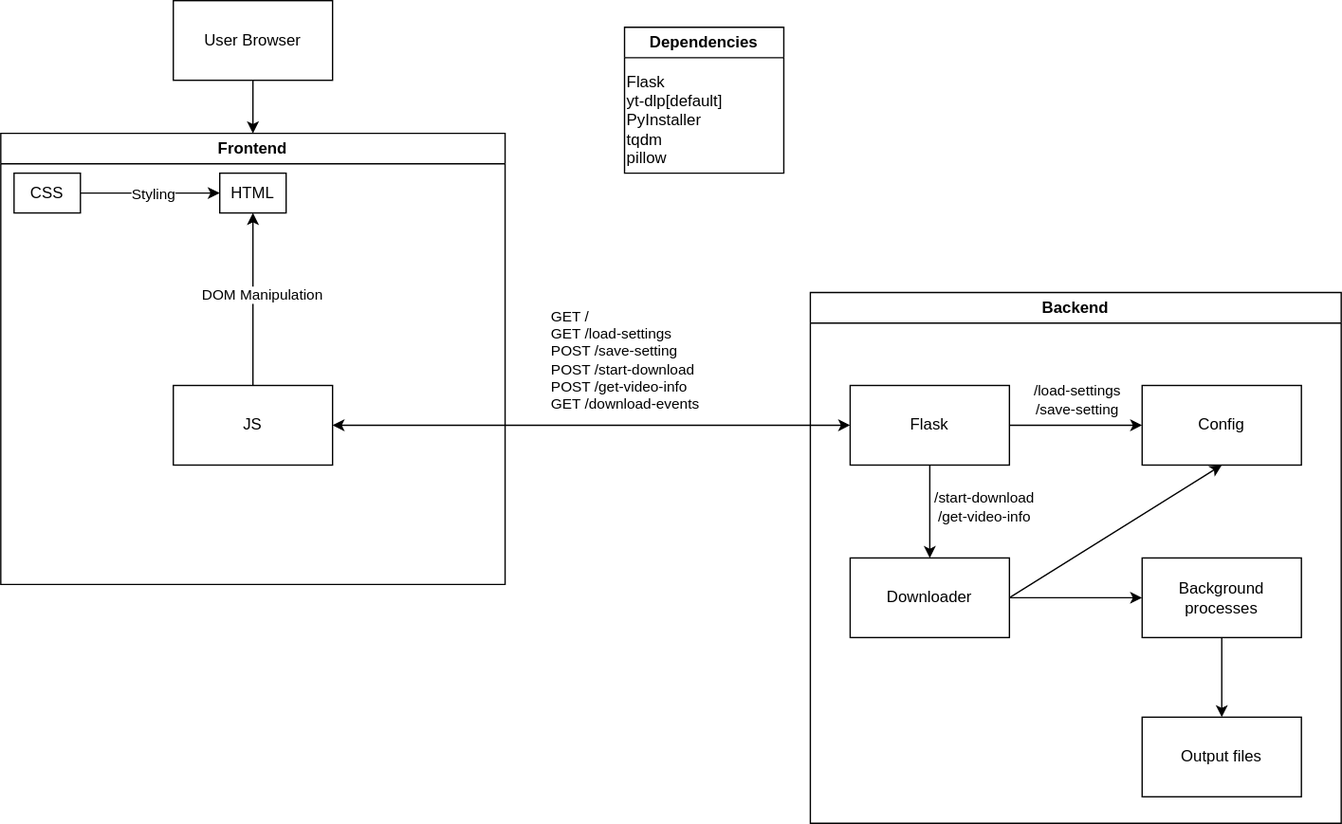
This is docs/images/c00ltubee.drawio.svg from islabre1426/c00ltubee, a draw.io export, as it was before one commit. Source tidied: cells renumbered, new cells last; positions are measured from the earlier drawing's top-left corner, leaving out a move shared by most shapes.
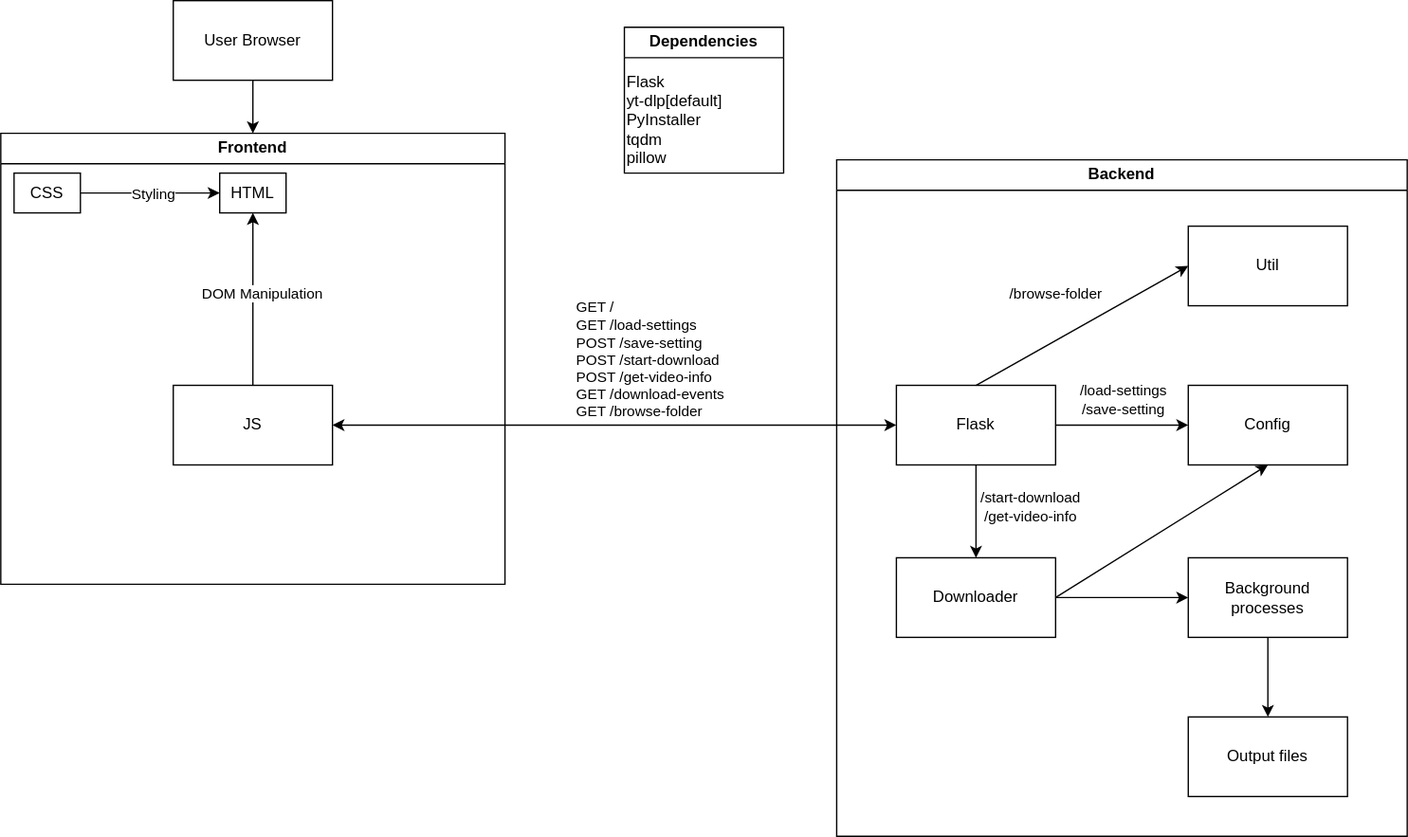
After the commit.

Commit message:
Updating architecture overview image

Diff of the diagram source:
```diff
@@ -34,7 +34,7 @@
     <mxCell id="11" style="endArrow=classic;startArrow=classic;html=1;rounded=0;exitX=1;exitY=0.5;exitDx=0;exitDy=0;entryX=0;entryY=0.5;entryDx=0;entryDy=0;" parent="1" edge="1" source="5" target="15">
       <mxGeometry relative="1" as="geometry" />
     </mxCell>
-    <mxCell id="12" value="GET /&lt;div&gt;GET /load-settings&lt;/div&gt;&lt;div&gt;POST /save-setting&lt;/div&gt;&lt;div&gt;POST /start-download&lt;/div&gt;&lt;div&gt;POST /get-video-info&lt;/div&gt;&lt;div&gt;GET /download-events&lt;/div&gt;" style="edgeLabel;html=1;align=left;verticalAlign=middle;" parent="11" vertex="1">
+    <mxCell id="12" value="GET /&lt;div&gt;GET /load-settings&lt;/div&gt;&lt;div&gt;POST /save-setting&lt;/div&gt;&lt;div&gt;POST /start-download&lt;/div&gt;&lt;div&gt;POST /get-video-info&lt;/div&gt;&lt;div&gt;GET /download-events&lt;/div&gt;&lt;div&gt;GET /browse-folder&lt;/div&gt;" style="edgeLabel;html=1;align=left;verticalAlign=middle;" parent="11" vertex="1">
       <mxGeometry x="0.05" relative="1" as="geometry">
         <mxPoint x="-42" y="-50" as="offset" />
       </mxGeometry>
@@ -43,16 +43,16 @@
       <mxGeometry relative="1" as="geometry" />
     </mxCell>
     <mxCell id="14" value="Backend" style="swimlane;whiteSpace=wrap;html=1;" parent="1" vertex="1">
-      <mxGeometry x="610" y="220" width="400" height="400" as="geometry" />
+      <mxGeometry x="630" y="120" width="430" height="510" as="geometry" />
     </mxCell>
     <mxCell id="15" value="Flask" style="rounded=0;whiteSpace=wrap;html=1;" parent="14" vertex="1">
-      <mxGeometry x="30" y="70" width="120" height="60" as="geometry" />
+      <mxGeometry x="45" y="170" width="120" height="60" as="geometry" />
     </mxCell>
     <mxCell id="16" value="Config" style="rounded=0;whiteSpace=wrap;html=1;" parent="14" vertex="1">
-      <mxGeometry x="250" y="70" width="120" height="60" as="geometry" />
+      <mxGeometry x="265" y="170" width="120" height="60" as="geometry" />
     </mxCell>
     <mxCell id="17" value="Downloader" style="rounded=0;whiteSpace=wrap;html=1;" parent="14" vertex="1">
-      <mxGeometry x="30" y="200" width="120" height="60" as="geometry" />
+      <mxGeometry x="45" y="300" width="120" height="60" as="geometry" />
     </mxCell>
     <mxCell id="18" style="endArrow=classic;html=1;rounded=0;exitX=1;exitY=0.5;exitDx=0;exitDy=0;entryX=0;entryY=0.5;entryDx=0;entryDy=0;" parent="14" edge="1" source="15" target="16">
       <mxGeometry relative="1" as="geometry" />
@@ -74,17 +74,28 @@
       <mxGeometry relative="1" as="geometry" />
     </mxCell>
     <mxCell id="23" value="Output files" style="rounded=0;whiteSpace=wrap;html=1;" parent="14" vertex="1">
-      <mxGeometry x="250" y="320" width="120" height="60" as="geometry" />
+      <mxGeometry x="265" y="420" width="120" height="60" as="geometry" />
     </mxCell>
     <mxCell id="24" style="endArrow=classic;html=1;rounded=0;exitX=0.5;exitY=1;exitDx=0;exitDy=0;entryX=0.5;entryY=0;entryDx=0;entryDy=0;" parent="14" edge="1" source="25" target="23">
       <mxGeometry relative="1" as="geometry" />
     </mxCell>
     <mxCell id="25" value="Background processes" style="rounded=0;whiteSpace=wrap;html=1;" parent="14" vertex="1">
-      <mxGeometry x="250" y="200" width="120" height="60" as="geometry" />
+      <mxGeometry x="265" y="300" width="120" height="60" as="geometry" />
     </mxCell>
     <mxCell id="26" style="endArrow=classic;html=1;rounded=0;exitX=1;exitY=0.5;exitDx=0;exitDy=0;entryX=0;entryY=0.5;entryDx=0;entryDy=0;" parent="14" edge="1" source="17" target="25">
       <mxGeometry relative="1" as="geometry" />
     </mxCell>
+    <mxCell id="29" value="Util" style="rounded=0;whiteSpace=wrap;html=1;" parent="14" vertex="1">
+      <mxGeometry x="265" y="50" width="120" height="60" as="geometry" />
+    </mxCell>
+    <mxCell id="30" style="endArrow=classic;html=1;rounded=0;entryX=0;entryY=0.5;entryDx=0;entryDy=0;exitX=0.5;exitY=0;exitDx=0;exitDy=0;" parent="14" edge="1" source="15" target="29">
+      <mxGeometry relative="1" as="geometry" />
+    </mxCell>
+    <mxCell id="31" value="/browse-folder" style="edgeLabel;html=1;align=center;verticalAlign=middle;" parent="30" vertex="1">
+      <mxGeometry x="0.05" y="-4" relative="1" as="geometry">
+        <mxPoint x="-26" y="-26" as="offset" />
+      </mxGeometry>
+    </mxCell>
     <mxCell id="27" value="Dependencies" style="swimlane;whiteSpace=wrap;html=1;" parent="1" vertex="1">
       <mxGeometry x="470" y="20" width="120" height="110" as="geometry" />
     </mxCell>
```
